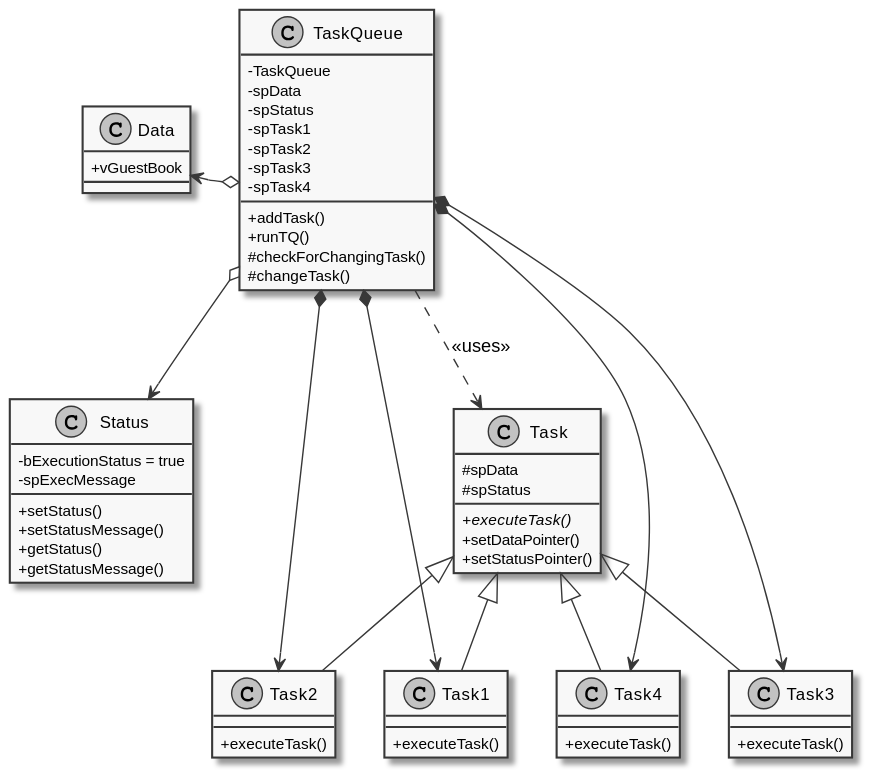
Earlier version of the PlantUML export docs/Pictures/ClassDiagramQueue.svg (VPERepos/vperepos.github.io). The source it was exported from:
```plantuml
@startuml

skinparam monochrome true
skinparam classAttributeIconSize 0

together dataAndStatusGroup{
    class Data{
        +vGuestBook
    }

    class Status{
        +setStatus()
        +setStatusMessage()
        +getStatus()
        +getStatusMessage()
        -bExecutionStatus = true
        -spExecMessage
    }
}
class TaskQueue{
    -TaskQueue
    -spData
    -spStatus
    -spTask1
    -spTask2
    -spTask3
    -spTask4
    +addTask()
    +runTQ()
    #checkForChangingTask()
    #changeTask()
}

class Task{
    #spData
    #spStatus
    {abstract}+executeTask()
    +setDataPointer()
    +setStatusPointer()
}
class Task1{
    +executeTask()
}
class Task2{
    +executeTask()
}
class Task3{
    +executeTask()
}
class Task4{
    +executeTask()
}

Task <|-- Task1
Task <|-- Task2
Task <|-- Task3
Task <|-- Task4

TaskQueue o--> Data
TaskQueue o--> Status
TaskQueue *--> Task1
TaskQueue *--> Task2
TaskQueue *--> Task3
TaskQueue *--> Task4

TaskQueue ..> Task:<<uses>>

Data -[hidden]down- Status
TaskQueue -[hidden]right-- Data
TaskQueue -[hidden]right-- Status
@enduml
```
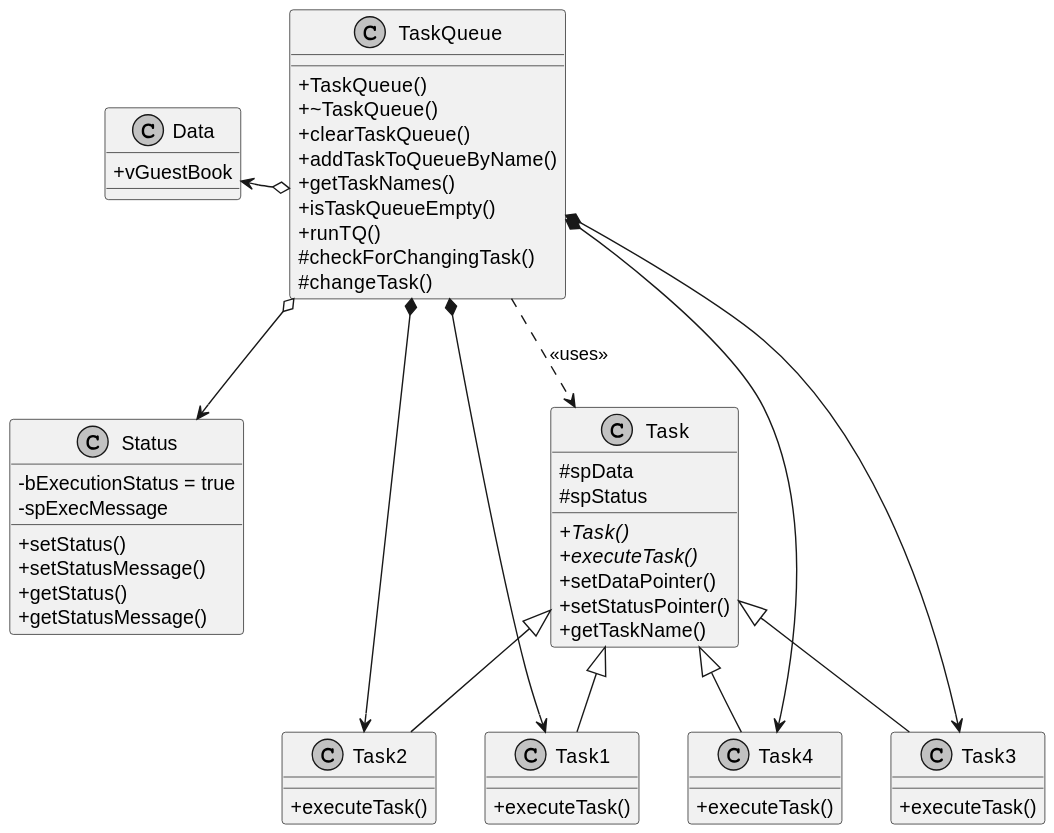
After the commit.

Diff of the diagram source:
```diff
@@ -18,25 +18,25 @@
     }
 }
 class TaskQueue{
-    -TaskQueue
-    -spData
-    -spStatus
-    -spTask1
-    -spTask2
-    -spTask3
-    -spTask4
-    +addTask()
+    +TaskQueue()
+    +~TaskQueue()
+    +clearTaskQueue()
+    +addTaskToQueueByName()
+    +getTaskNames()
+    +isTaskQueueEmpty()
     +runTQ()
     #checkForChangingTask()
     #changeTask()
 }
 
 class Task{
+    {abstract}+Task()
     #spData
     #spStatus
     {abstract}+executeTask()
     +setDataPointer()
     +setStatusPointer()
+    +getTaskName()
 }
 class Task1{
     +executeTask()
```
